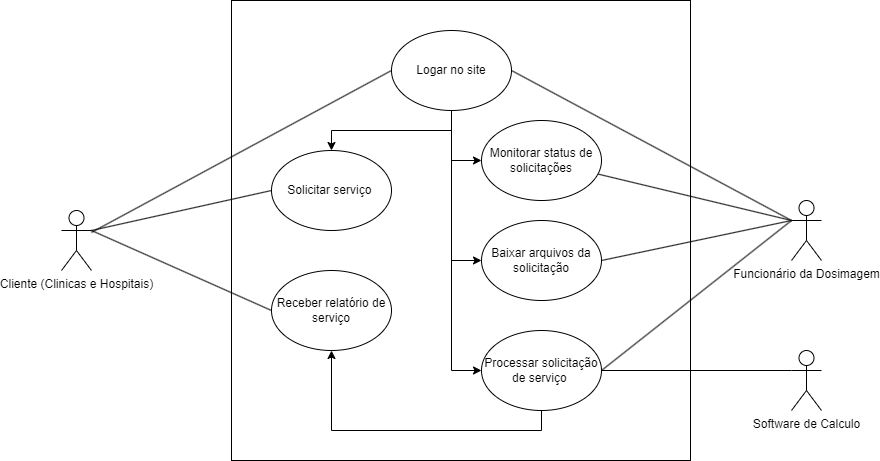
Earlier version of the draw.io export documentos/imgs/casos_de_uso.png (mlutegar/projeto_front_end_ibmec_2024_2). Source tidied: cells renumbered, new cells last; positions are measured from the earlier drawing's top-left corner, leaving out a move shared by most shapes. Source of this version:
```xml
<mxGraphModel>
  <root>
    <mxCell id="0" />
    <mxCell id="1" parent="0" />
    <mxCell id="2" style="rounded=0;whiteSpace=wrap;html=1;" parent="1" vertex="1">
      <mxGeometry x="170" width="459" height="460" as="geometry" />
    </mxCell>
    <mxCell id="3" value="Funcionário da Dosimagem" style="shape=umlActor;verticalLabelPosition=bottom;verticalAlign=top;html=1;outlineConnect=0;" parent="1" vertex="1">
      <mxGeometry x="730" y="200" width="30" height="60" as="geometry" />
    </mxCell>
    <mxCell id="4" value="Software de Calculo" style="shape=umlActor;verticalLabelPosition=bottom;verticalAlign=top;html=1;outlineConnect=0;" parent="1" vertex="1">
      <mxGeometry x="730" y="350" width="30" height="60" as="geometry" />
    </mxCell>
    <mxCell id="5" value="Cliente (Clinicas e Hospitais)" style="shape=umlActor;verticalLabelPosition=bottom;verticalAlign=top;html=1;outlineConnect=0;" parent="1" vertex="1">
      <mxGeometry y="210" width="30" height="60" as="geometry" />
    </mxCell>
    <mxCell id="6" style="edgeStyle=orthogonalEdgeStyle;rounded=0;jettySize=auto;html=1;exitX=0.5;exitY=1;exitDx=0;exitDy=0;entryX=0.5;entryY=0;entryDx=0;entryDy=0;" parent="1" edge="1" source="10" target="11">
      <mxGeometry relative="1" as="geometry" />
    </mxCell>
    <mxCell id="7" style="edgeStyle=orthogonalEdgeStyle;rounded=0;jettySize=auto;html=1;exitX=0.5;exitY=1;exitDx=0;exitDy=0;entryX=0;entryY=0.5;entryDx=0;entryDy=0;" parent="1" edge="1" source="10" target="21">
      <mxGeometry relative="1" as="geometry" />
    </mxCell>
    <mxCell id="8" style="edgeStyle=orthogonalEdgeStyle;rounded=0;jettySize=auto;html=1;entryX=0;entryY=0.5;entryDx=0;entryDy=0;" parent="1" edge="1" source="10" target="12">
      <mxGeometry relative="1" as="geometry" />
    </mxCell>
    <mxCell id="9" style="edgeStyle=orthogonalEdgeStyle;rounded=0;jettySize=auto;html=1;entryX=0;entryY=0.5;entryDx=0;entryDy=0;" parent="1" edge="1" source="10" target="14">
      <mxGeometry relative="1" as="geometry" />
    </mxCell>
    <mxCell id="10" value="Logar no site" style="ellipse;whiteSpace=wrap;html=1;" parent="1" vertex="1">
      <mxGeometry x="330" y="30" width="120" height="80" as="geometry" />
    </mxCell>
    <mxCell id="11" value="Solicitar serviço&lt;span style=&quot;background-color: initial;&quot;&gt;&amp;nbsp;&lt;/span&gt;" style="ellipse;whiteSpace=wrap;html=1;" parent="1" vertex="1">
      <mxGeometry x="210" y="150" width="120" height="80" as="geometry" />
    </mxCell>
    <mxCell id="12" value="Baixar arquivos da solicitação" style="ellipse;whiteSpace=wrap;html=1;" parent="1" vertex="1">
      <mxGeometry x="420" y="220" width="120" height="80" as="geometry" />
    </mxCell>
    <mxCell id="13" style="edgeStyle=orthogonalEdgeStyle;rounded=0;jettySize=auto;html=1;entryX=0.5;entryY=1;entryDx=0;entryDy=0;exitX=0.5;exitY=1;exitDx=0;exitDy=0;" parent="1" edge="1" source="14" target="23">
      <mxGeometry relative="1" as="geometry" />
    </mxCell>
    <mxCell id="14" value="Processar solicitação de serviço&amp;nbsp;" style="ellipse;whiteSpace=wrap;html=1;" parent="1" vertex="1">
      <mxGeometry x="420" y="330" width="120" height="80" as="geometry" />
    </mxCell>
    <mxCell id="15" style="endArrow=none;html=1;rounded=0;entryX=0;entryY=0.5;entryDx=0;entryDy=0;" parent="1" edge="1" source="5" target="10">
      <mxGeometry relative="1" as="geometry" />
    </mxCell>
    <mxCell id="16" style="endArrow=none;html=1;rounded=0;entryX=0;entryY=0.5;entryDx=0;entryDy=0;exitX=1;exitY=0.3333333333333333;exitDx=0;exitDy=0;exitPerimeter=0;" parent="1" edge="1" source="5" target="11">
      <mxGeometry relative="1" as="geometry" />
    </mxCell>
    <mxCell id="17" style="endArrow=none;html=1;rounded=0;exitX=0;exitY=0.3333333333333333;exitDx=0;exitDy=0;exitPerimeter=0;entryX=1;entryY=0.5;entryDx=0;entryDy=0;" parent="1" edge="1" source="3" target="14">
      <mxGeometry relative="1" as="geometry" />
    </mxCell>
    <mxCell id="18" style="endArrow=none;html=1;rounded=0;exitX=0;exitY=0.3333333333333333;exitDx=0;exitDy=0;exitPerimeter=0;" parent="1" edge="1" source="3">
      <mxGeometry relative="1" as="geometry">
        <mxPoint x="540" y="260" as="targetPoint" />
      </mxGeometry>
    </mxCell>
    <mxCell id="19" style="endArrow=none;html=1;rounded=0;entryX=0;entryY=0.3333333333333333;entryDx=0;entryDy=0;entryPerimeter=0;exitX=1;exitY=0.5;exitDx=0;exitDy=0;" parent="1" edge="1" source="14" target="4">
      <mxGeometry relative="1" as="geometry" />
    </mxCell>
    <mxCell id="20" style="endArrow=none;html=1;rounded=0;exitX=0;exitY=0.3333333333333333;exitDx=0;exitDy=0;exitPerimeter=0;" parent="1" edge="1" source="3" target="21">
      <mxGeometry relative="1" as="geometry" />
    </mxCell>
    <mxCell id="21" value="Monitorar status de solicitações" style="ellipse;whiteSpace=wrap;html=1;" parent="1" vertex="1">
      <mxGeometry x="420" y="120" width="120" height="80" as="geometry" />
    </mxCell>
    <mxCell id="22" style="endArrow=none;html=1;rounded=0;entryX=1;entryY=0.5;entryDx=0;entryDy=0;exitX=0;exitY=0.3333333333333333;exitDx=0;exitDy=0;exitPerimeter=0;" parent="1" edge="1" source="3" target="10">
      <mxGeometry relative="1" as="geometry" />
    </mxCell>
    <mxCell id="23" value="Receber relatório de serviço" style="ellipse;whiteSpace=wrap;html=1;" parent="1" vertex="1">
      <mxGeometry x="210" y="270" width="120" height="80" as="geometry" />
    </mxCell>
    <mxCell id="24" style="endArrow=none;html=1;rounded=0;entryX=1;entryY=0.3333333333333333;entryDx=0;entryDy=0;entryPerimeter=0;exitX=0;exitY=0.5;exitDx=0;exitDy=0;" parent="1" edge="1" source="23" target="5">
      <mxGeometry relative="1" as="geometry" />
    </mxCell>
  </root>
</mxGraphModel>
```
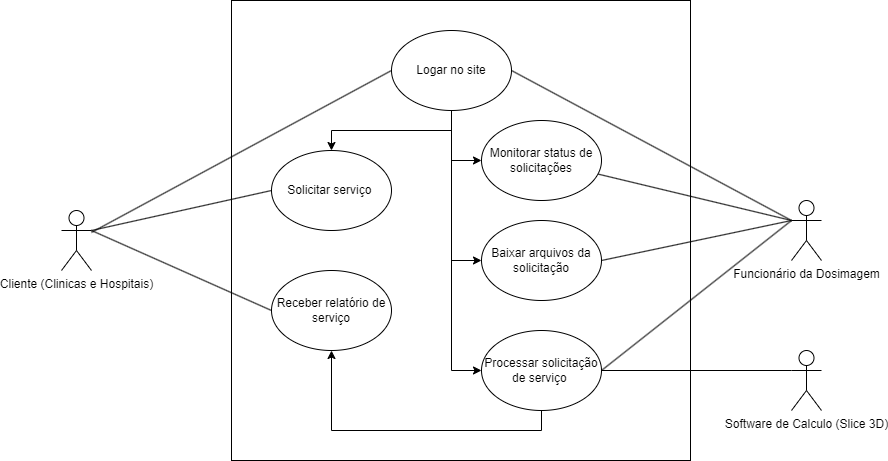
Above is the later version.

Commit message:
atualizando diagrama

Diff of the diagram source:
```diff
@@ -8,7 +8,7 @@
     <mxCell id="3" value="Funcionário da Dosimagem" style="shape=umlActor;verticalLabelPosition=bottom;verticalAlign=top;html=1;outlineConnect=0;" parent="1" vertex="1">
       <mxGeometry x="730" y="200" width="30" height="60" as="geometry" />
     </mxCell>
-    <mxCell id="4" value="Software de Calculo" style="shape=umlActor;verticalLabelPosition=bottom;verticalAlign=top;html=1;outlineConnect=0;" parent="1" vertex="1">
+    <mxCell id="4" value="Software de Calculo (Slice 3D)" style="shape=umlActor;verticalLabelPosition=bottom;verticalAlign=top;html=1;outlineConnect=0;" parent="1" vertex="1">
       <mxGeometry x="730" y="350" width="30" height="60" as="geometry" />
     </mxCell>
     <mxCell id="5" value="Cliente (Clinicas e Hospitais)" style="shape=umlActor;verticalLabelPosition=bottom;verticalAlign=top;html=1;outlineConnect=0;" parent="1" vertex="1">
```
